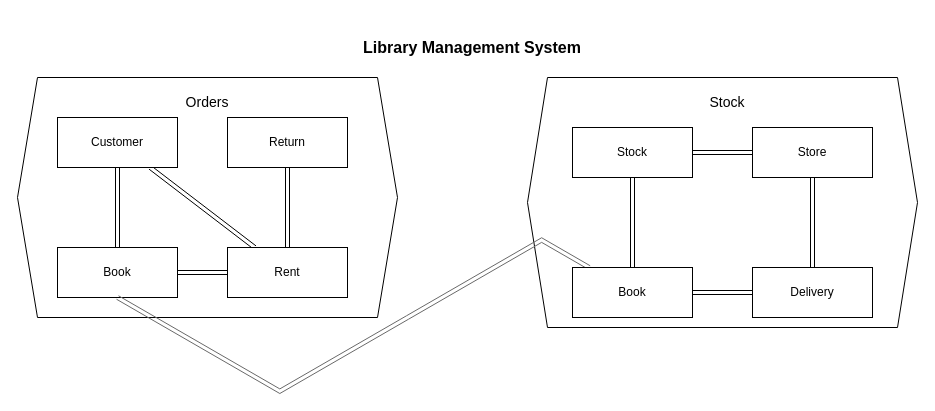
Stijnkluiters/library-management-system keeps this draw.io diagram as InitialDDDDiagram.drawio. Above is the earlier version. Source tidied: cells renumbered, new cells numbered last; positions are measured from the earlier drawing's top-left corner, leaving out a move shared by most shapes. Both pictures are drawn from the tidied source at 100%, with x=0, y=0 at pixel (17, 17).
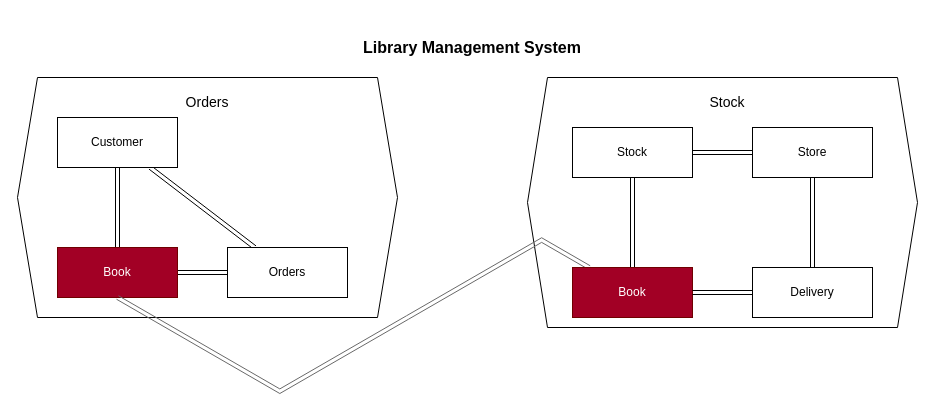
After the change.

The edit, as a diff of the source:
```diff
@@
-    <mxCell id="6" style="rounded=0;jettySize=auto;html=1;shape=link;" parent="1" edge="1" source="9" target="11">
-      <mxGeometry relative="1" as="geometry" />
-    </mxCell>
@@
-    <mxCell id="8" value="Book" style="rounded=0;whiteSpace=wrap;html=1;" parent="1" vertex="1">
+    <mxCell id="8" value="Book" style="rounded=0;whiteSpace=wrap;html=1;fillColor=#a20025;fontColor=#ffffff;strokeColor=#6F0000;" parent="1" vertex="1">
       <mxGeometry x="40" y="230" width="120" height="50" as="geometry" />
     </mxCell>
-    <mxCell id="9" value="Rent" style="rounded=0;whiteSpace=wrap;html=1;" parent="1" vertex="1">
+    <mxCell id="9" value="Orders" style="rounded=0;whiteSpace=wrap;html=1;" parent="1" vertex="1">
       <mxGeometry x="210" y="230" width="120" height="50" as="geometry" />
     </mxCell>
@@
-    <mxCell id="11" value="Return" style="rounded=0;whiteSpace=wrap;html=1;" parent="1" vertex="1">
-      <mxGeometry x="210" y="100" width="120" height="50" as="geometry" />
-    </mxCell>
@@
-    <mxCell id="16" value="Book" style="rounded=0;whiteSpace=wrap;html=1;" parent="1" vertex="1">
+    <mxCell id="16" value="Book" style="rounded=0;whiteSpace=wrap;html=1;fillColor=#a20025;fontColor=#ffffff;strokeColor=#6F0000;" parent="1" vertex="1">
       <mxGeometry x="555" y="250" width="120" height="50" as="geometry" />
     </mxCell>
```
